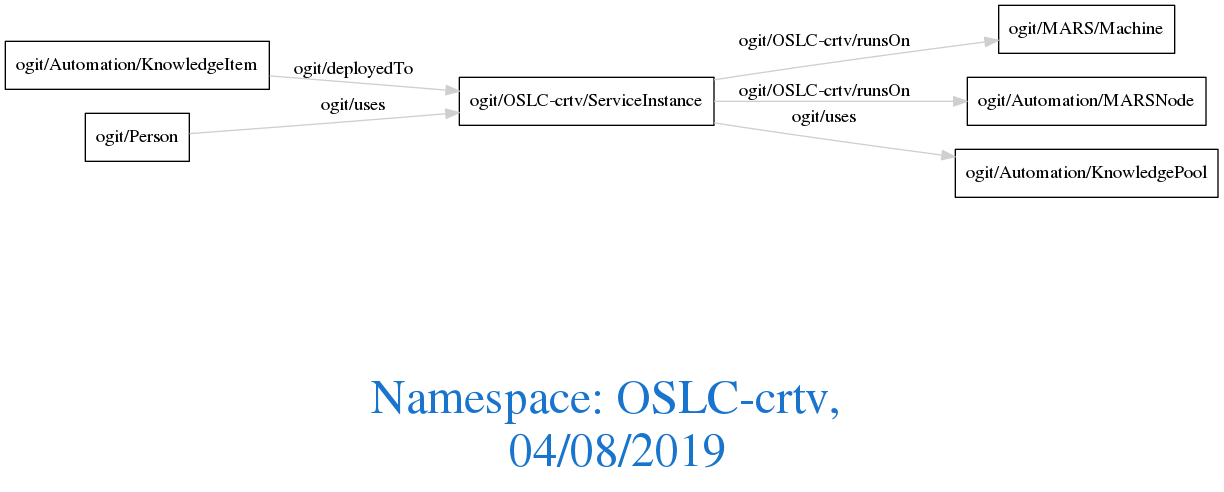
The Graphviz diagram downloads/OSLC-crtv.png in arago/OGIT, before a commit. Its source is kept beside it as downloads/OSLC-crtv.dot.
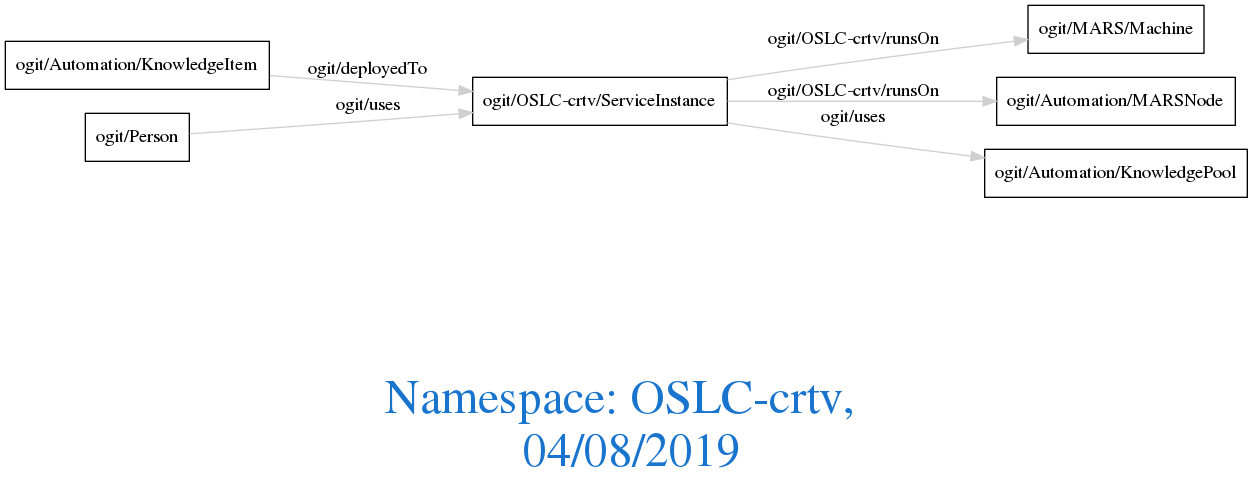
After the commit.

The edit, as a diff of the source:
```diff
@@ -1,12 +1,13 @@
 digraph OGIT_ontology {
- graph [ rankdir= LR,fontsize = 36,
+ graph [ rankdir= LR,compound=true
+fontsize = 36,
 fontcolor= dodgerblue3,label = "\n\n\nNamespace: OSLC-crtv, \n 04/08/2019"];
 node[shape=polygon];
 edge [  color="gray81"];
 
-   "ogit/Automation/KnowledgeItem" -> "ogit/OSLC-crtv/ServiceInstance" [label="ogit/deployedTo    "];
-   "ogit/OSLC-crtv/ServiceInstance" -> "ogit/MARS/Machine" [label="ogit/OSLC-crtv/runsOn    "];
-   "ogit/OSLC-crtv/ServiceInstance" -> "ogit/Automation/MARSNode" [label="ogit/OSLC-crtv/runsOn    "];
-   "ogit/OSLC-crtv/ServiceInstance" -> "ogit/Automation/KnowledgePool" [label="ogit/uses    "];
-   "ogit/Person" -> "ogit/OSLC-crtv/ServiceInstance" [label="ogit/uses    "];
+   "ogit/Automation/KnowledgeItem" -> "ogit/OSLC-crtv/ServiceInstance" [label="   ogit/deployedTo    "];
+   "ogit/OSLC-crtv/ServiceInstance" -> "ogit/MARS/Machine" [label="   ogit/OSLC-crtv/runsOn    "];
+   "ogit/OSLC-crtv/ServiceInstance" -> "ogit/Automation/MARSNode" [label="   ogit/OSLC-crtv/runsOn    "];
+   "ogit/OSLC-crtv/ServiceInstance" -> "ogit/Automation/KnowledgePool" [label="   ogit/uses    "];
+   "ogit/Person" -> "ogit/OSLC-crtv/ServiceInstance" [label="   ogit/uses    "];
 }
```
